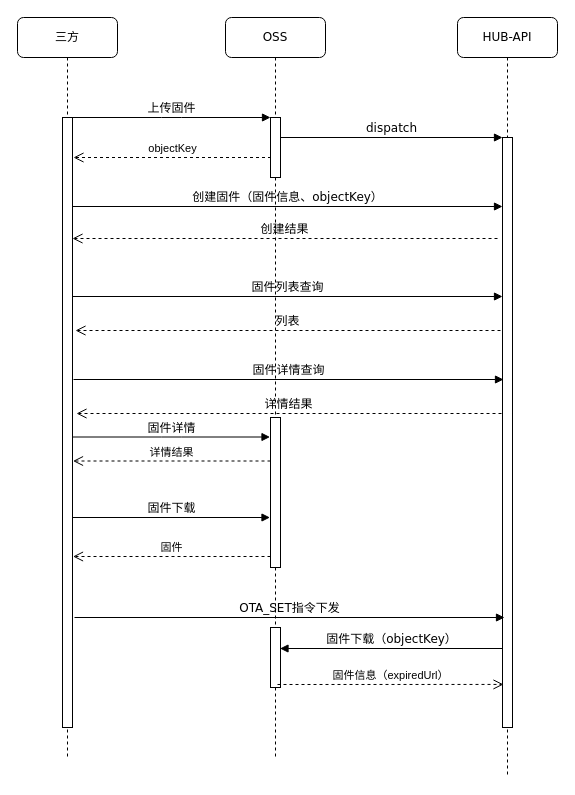
The draw.io diagram root/Untitled Diagram.drawio in yzzh9/yzzh9, before the edit. Source tidied: cells renumbered, new cells numbered last; positions are measured from the earlier drawing's top-left corner, leaving out a move shared by most shapes. Both pictures are drawn from the tidied source at 100%, with x=0, y=0 at pixel (17, 17).
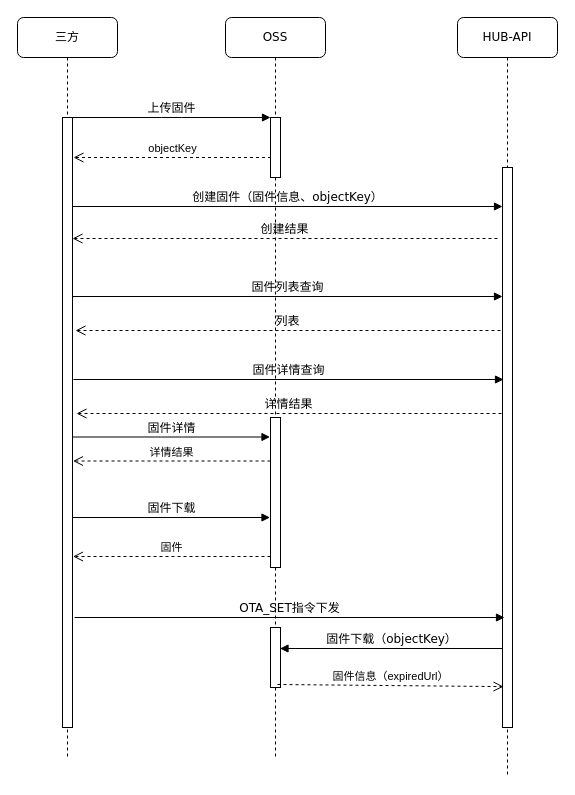
Above is the later version.

The change refers to these unchanged cells:
```xml
<mxCell id="3" style="html=1;points=[];perimeter=orthogonalPerimeter;rounded=0;shadow=0;comic=0;labelBackgroundColor=none;strokeWidth=1;fontFamily=Verdana;fontSize=12;align=center;" parent="2" vertex="1">
  <mxGeometry x="45" y="100" width="10" height="60" as="geometry" />
</mxCell>
<mxCell id="4" value="HUB-API" style="shape=umlLifeline;perimeter=lifelinePerimeter;whiteSpace=wrap;html=1;rounded=1;shadow=0;comic=0;labelBackgroundColor=none;strokeWidth=1;fontFamily=Verdana;fontSize=12;align=center;" parent="1" vertex="1">
  <mxGeometry x="440" width="100" height="760" as="geometry" />
</mxCell>
```

The edit, as a diff of the source:
```diff
@@
     <mxCell id="5" style="html=1;points=[];perimeter=orthogonalPerimeter;rounded=0;shadow=0;comic=0;labelBackgroundColor=none;strokeWidth=1;fontFamily=Verdana;fontSize=12;align=center;" parent="4" vertex="1">
-      <mxGeometry x="45" y="120" width="10" height="590" as="geometry" />
+      <mxGeometry x="45" y="150" width="10" height="560" as="geometry" />
     </mxCell>
@@
-    <mxCell id="10" value="dispatch" style="html=1;verticalAlign=bottom;endArrow=block;entryX=0;entryY=0;labelBackgroundColor=none;fontFamily=Verdana;fontSize=12;edgeStyle=elbowEdgeStyle;elbow=vertical;" parent="1" edge="1" source="3" target="5">
-      <mxGeometry relative="1" as="geometry" />
-    </mxCell>
```
